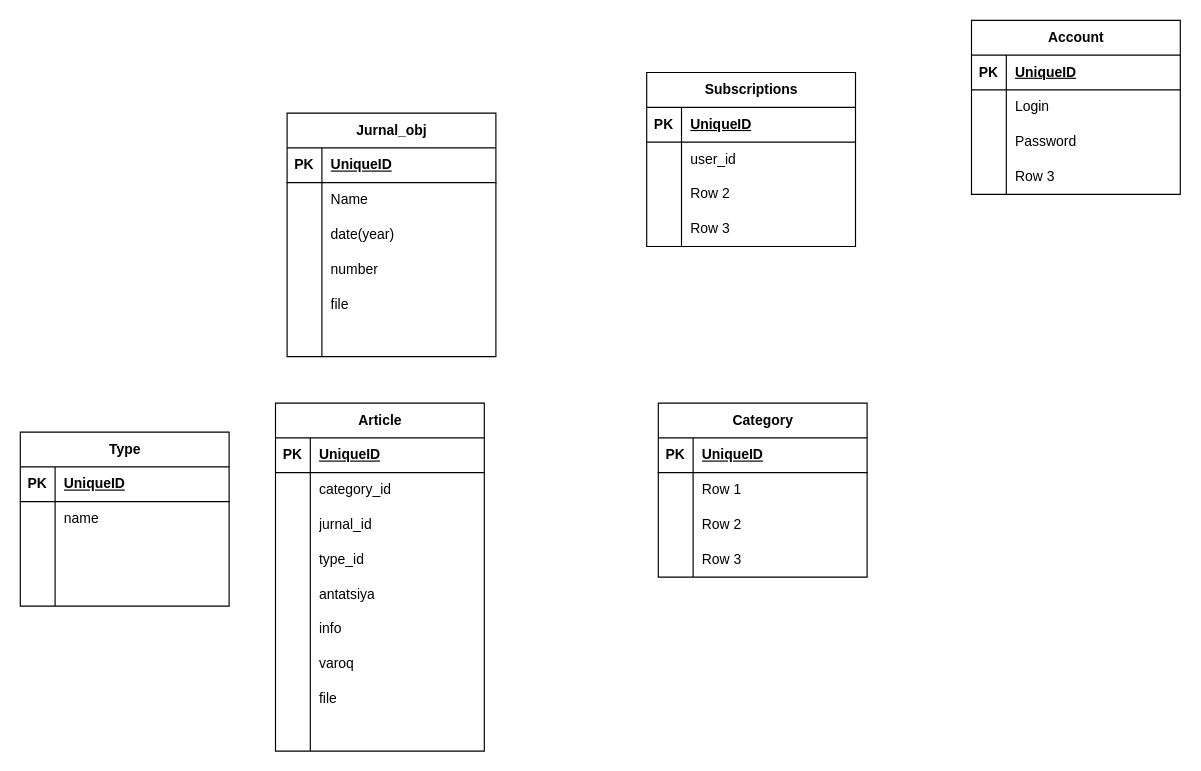
Earlier version of the draw.io diagram gltn.drawio (Ramizddin/Games). Source tidied: cells renumbered, new cells numbered last; positions are measured from the earlier drawing's top-left corner, leaving out a move shared by most shapes. Both pictures are drawn from the tidied source at 116%, with x=0, y=0 at pixel (20, 20).
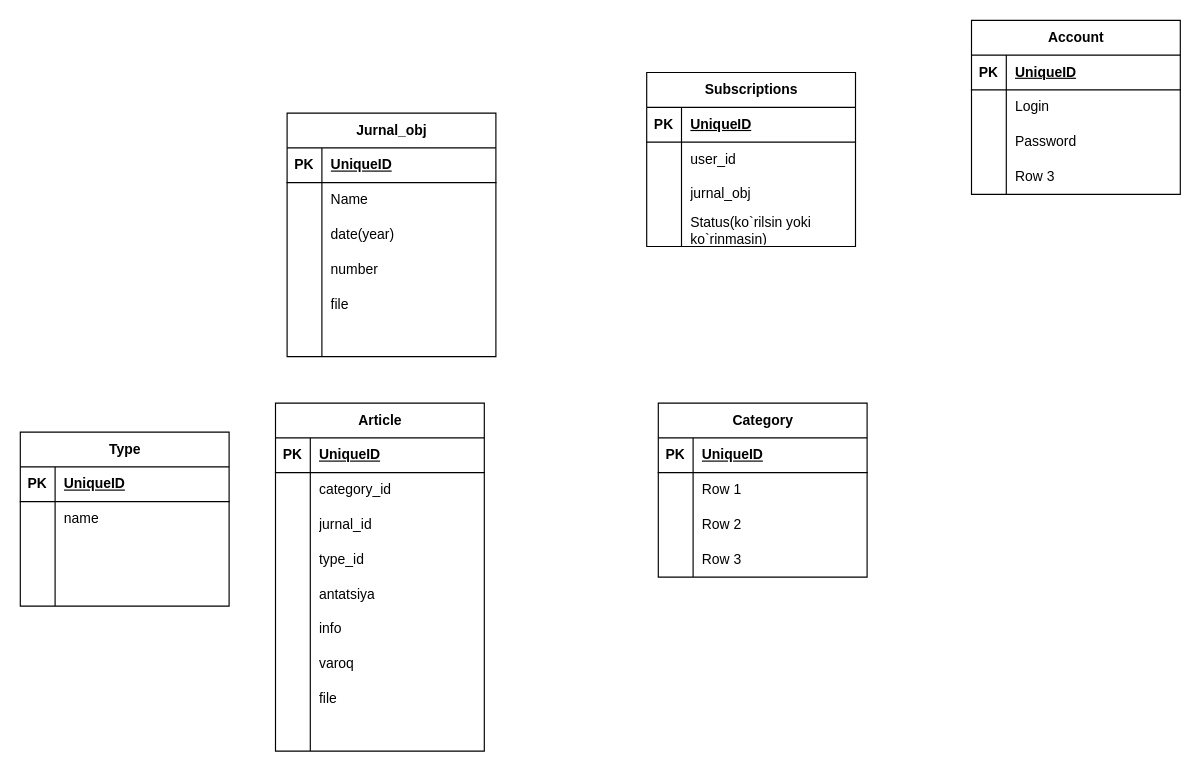
The same page after the edit.

Unchanged cells that the change refers to:
```xml
<mxCell id="95" style="shape=tableRow;horizontal=0;startSize=0;swimlaneHead=0;swimlaneBody=0;fillColor=none;top=0;left=0;right=0;bottom=0;" parent="88" vertex="1">
  <mxGeometry y="90" width="180" height="30" as="geometry" />
</mxCell>
<mxCell id="98" style="shape=tableRow;horizontal=0;startSize=0;swimlaneHead=0;swimlaneBody=0;fillColor=none;top=0;left=0;right=0;bottom=0;" parent="88" vertex="1">
  <mxGeometry y="120" width="180" height="30" as="geometry" />
</mxCell>
```

Diff of the diagram source:
```diff
@@
-    <mxCell id="97" value="Row 2" style="shape=partialRectangle;fillColor=none;top=0;left=0;bottom=0;right=0;align=left;spacingLeft=6;overflow=hidden;whiteSpace=wrap;html=1;" parent="95" vertex="1">
+    <mxCell id="97" value="jurnal_obj" style="shape=partialRectangle;fillColor=none;top=0;left=0;bottom=0;right=0;align=left;spacingLeft=6;overflow=hidden;whiteSpace=wrap;html=1;" parent="95" vertex="1">
       <mxGeometry x="30" width="150" height="30" as="geometry" />
     </mxCell>
@@
-    <mxCell id="100" value="Row 3" style="shape=partialRectangle;fillColor=none;top=0;left=0;bottom=0;right=0;align=left;spacingLeft=6;overflow=hidden;whiteSpace=wrap;html=1;" parent="98" vertex="1">
+    <mxCell id="100" value="Status(ko`rilsin yoki ko`rinmasin)" style="shape=partialRectangle;fillColor=none;top=0;left=0;bottom=0;right=0;align=left;spacingLeft=6;overflow=hidden;whiteSpace=wrap;html=1;" parent="98" vertex="1">
       <mxGeometry x="30" width="150" height="30" as="geometry" />
     </mxCell>
```
